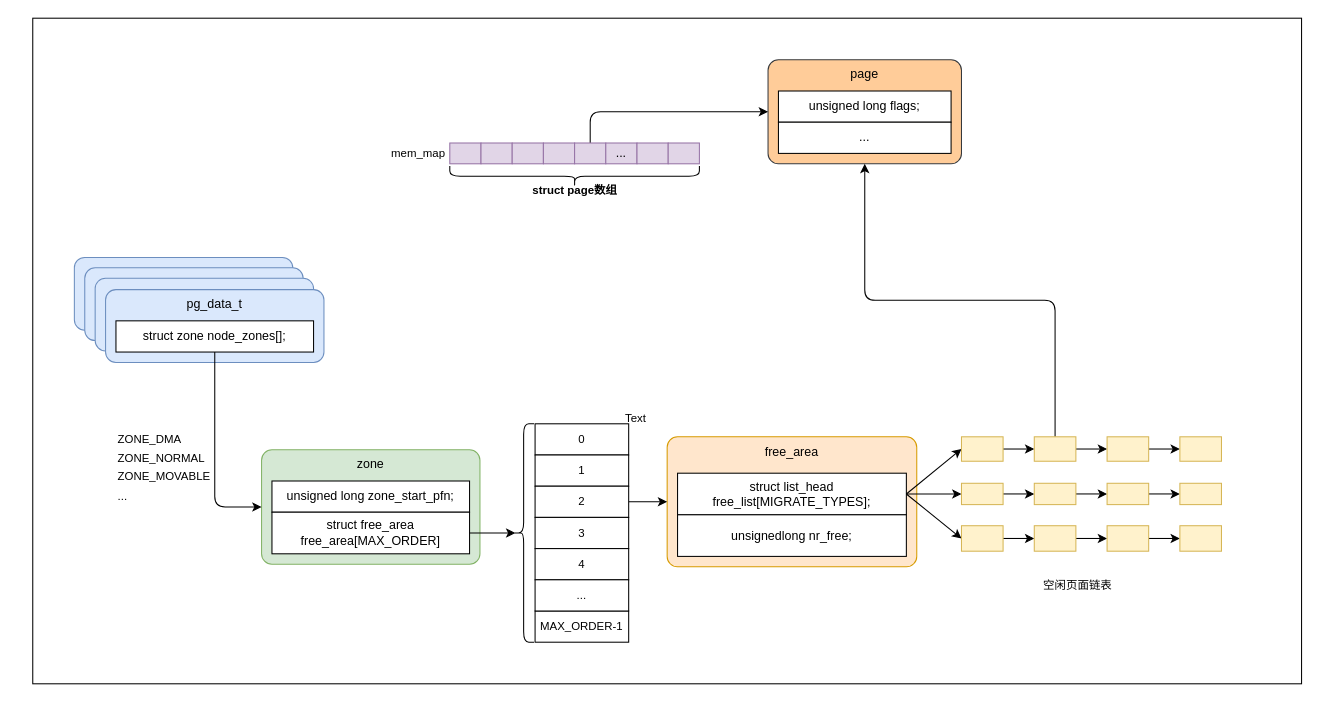
The draw.io diagram page "物理内存管理" (1 of 3) of linux-memory-manage.drawio in Aspiresky/draw.io, before the edit. Source tidied: cells renumbered, new cells numbered last; positions are measured from the earlier drawing's top-left corner, leaving out a move shared by most shapes. Both pictures are drawn from the tidied source at 104%, with x=0, y=0 at pixel (32, 18).
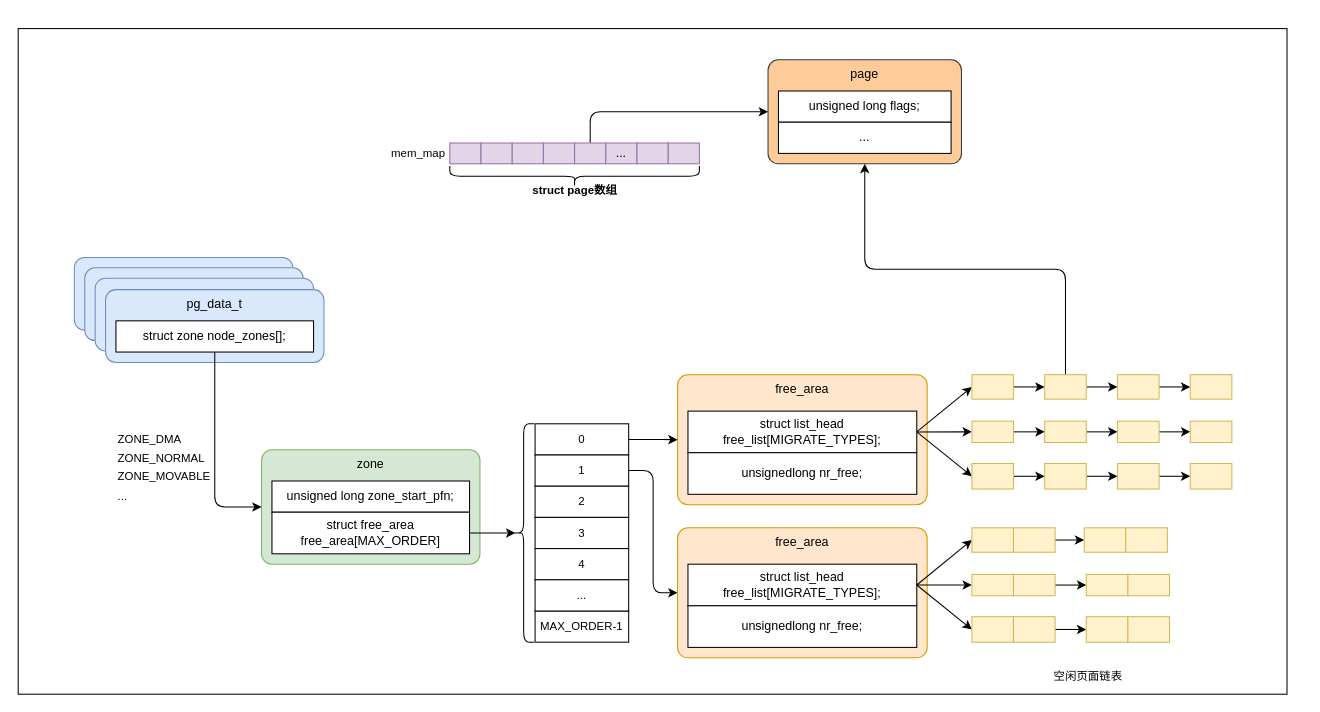
The same page after the edit.

Unchanged cells that the change refers to:
```xml
<mxCell id="26" value="0" style="rounded=0;whiteSpace=wrap;html=1;fontFamily=Helvetica;fontSize=11;fontColor=default;" parent="1" vertex="1">
  <mxGeometry x="483" y="390" width="90" height="30" as="geometry" />
</mxCell>
<mxCell id="27" value="1" style="rounded=0;whiteSpace=wrap;html=1;fontFamily=Helvetica;fontSize=11;fontColor=default;" parent="1" vertex="1">
  <mxGeometry x="483" y="420" width="90" height="30" as="geometry" />
</mxCell>
<mxCell id="29" value="2" style="rounded=0;whiteSpace=wrap;html=1;fontFamily=Helvetica;fontSize=11;fontColor=default;" parent="1" vertex="1">
  <mxGeometry x="483" y="450" width="90" height="30" as="geometry" />
</mxCell>
```

Diff of the diagram source:
```diff
@@
     <mxCell id="2" style="rounded=0;whiteSpace=wrap;html=1;fontFamily=Helvetica;fontSize=11;fontColor=default;" parent="1" vertex="1">
-      <mxGeometry width="1220" height="640" as="geometry" />
+      <mxGeometry x="-14" y="10" width="1220" height="640" as="geometry" />
     </mxCell>
@@
     <mxCell id="9" value="free_area" style="rounded=1;whiteSpace=wrap;html=1;verticalAlign=top;absoluteArcSize=1;fillColor=#ffe6cc;strokeColor=#d79b00;" parent="1" vertex="1">
-      <mxGeometry x="610" y="402.5" width="240" height="125" as="geometry" />
+      <mxGeometry x="620" y="342.8" width="240" height="125" as="geometry" />
     </mxCell>
@@
     <mxCell id="12" value="struct list_head free_list[MIGRATE_TYPES];" style="rounded=0;whiteSpace=wrap;html=1;" parent="1" vertex="1">
-      <mxGeometry x="620" y="437.5" width="220" height="40" as="geometry" />
+      <mxGeometry x="630" y="377.8" width="220" height="40" as="geometry" />
     </mxCell>
     <mxCell id="13" value="unsignedlong nr_free;" style="rounded=0;whiteSpace=wrap;html=1;" parent="1" vertex="1">
-      <mxGeometry x="620" y="477.5" width="220" height="40" as="geometry" />
+      <mxGeometry x="630" y="417.8" width="220" height="40" as="geometry" />
     </mxCell>
@@
-    <mxCell id="28" style="edgeStyle=orthogonalEdgeStyle;shape=connector;curved=0;rounded=1;jettySize=auto;html=1;exitX=1;exitY=0.5;exitDx=0;exitDy=0;entryX=0;entryY=0.5;entryDx=0;entryDy=0;labelBackgroundColor=default;strokeColor=default;align=center;verticalAlign=middle;fontFamily=Helvetica;fontSize=11;fontColor=default;endArrow=classic;" parent="1" edge="1" source="29" target="9">
+    <mxCell id="28" style="edgeStyle=orthogonalEdgeStyle;shape=connector;curved=0;rounded=1;jettySize=auto;html=1;exitX=1;exitY=0.5;exitDx=0;exitDy=0;entryX=0;entryY=0.5;entryDx=0;entryDy=0;labelBackgroundColor=default;strokeColor=default;align=center;verticalAlign=middle;fontFamily=Helvetica;fontSize=11;fontColor=default;endArrow=classic;" parent="1" edge="1" source="26" target="9">
       <mxGeometry relative="1" as="geometry" />
     </mxCell>
@@
+    <mxCell id="71" style="edgeStyle=orthogonalEdgeStyle;shape=connector;curved=0;rounded=1;jettySize=auto;html=1;exitX=1;exitY=0.5;exitDx=0;exitDy=0;entryX=0;entryY=0.5;entryDx=0;entryDy=0;labelBackgroundColor=default;strokeColor=default;align=center;verticalAlign=middle;fontFamily=Helvetica;fontSize=11;fontColor=default;endArrow=classic;" parent="1" edge="1" source="27" target="72">
+      <mxGeometry relative="1" as="geometry" />
+    </mxCell>
@@
     <mxCell id="39" style="rounded=0;whiteSpace=wrap;html=1;fontFamily=Helvetica;fontSize=11;fillColor=#fff2cc;strokeColor=#d6b656;" parent="1" vertex="1">
-      <mxGeometry x="893" y="402.5" width="40" height="23.5" as="geometry" />
+      <mxGeometry x="903" y="342.8" width="40" height="23.5" as="geometry" />
     </mxCell>
@@
     <mxCell id="47" style="rounded=0;whiteSpace=wrap;html=1;fontFamily=Helvetica;fontSize=11;fillColor=#fff2cc;strokeColor=#d6b656;" parent="1" vertex="1">
-      <mxGeometry x="963" y="402.5" width="40" height="23.5" as="geometry" />
+      <mxGeometry x="973" y="342.8" width="40" height="23.5" as="geometry" />
     </mxCell>
@@
     <mxCell id="49" style="rounded=0;whiteSpace=wrap;html=1;fontFamily=Helvetica;fontSize=11;fillColor=#fff2cc;strokeColor=#d6b656;" parent="1" vertex="1">
-      <mxGeometry x="1033" y="402.5" width="40" height="23.5" as="geometry" />
+      <mxGeometry x="1043" y="342.8" width="40" height="23.5" as="geometry" />
     </mxCell>
     <mxCell id="50" style="rounded=0;whiteSpace=wrap;html=1;fontFamily=Helvetica;fontSize=11;fillColor=#fff2cc;strokeColor=#d6b656;" parent="1" vertex="1">
-      <mxGeometry x="1103" y="402.5" width="40" height="23.5" as="geometry" />
+      <mxGeometry x="1113" y="342.8" width="40" height="23.5" as="geometry" />
     </mxCell>
@@
     <mxCell id="52" style="rounded=0;whiteSpace=wrap;html=1;fontFamily=Helvetica;fontSize=11;fillColor=#fff2cc;strokeColor=#d6b656;" parent="1" vertex="1">
-      <mxGeometry x="893" y="447.2" width="40" height="20.5" as="geometry" />
+      <mxGeometry x="903" y="387.5" width="40" height="20.5" as="geometry" />
     </mxCell>
@@
     <mxCell id="54" style="rounded=0;whiteSpace=wrap;html=1;fontFamily=Helvetica;fontSize=11;fillColor=#fff2cc;strokeColor=#d6b656;" parent="1" vertex="1">
-      <mxGeometry x="963" y="447.2" width="40" height="20.5" as="geometry" />
+      <mxGeometry x="973" y="387.5" width="40" height="20.5" as="geometry" />
     </mxCell>
@@
     <mxCell id="56" style="rounded=0;whiteSpace=wrap;html=1;fontFamily=Helvetica;fontSize=11;fillColor=#fff2cc;strokeColor=#d6b656;" parent="1" vertex="1">
-      <mxGeometry x="1033" y="447.2" width="40" height="20.5" as="geometry" />
+      <mxGeometry x="1043" y="387.5" width="40" height="20.5" as="geometry" />
     </mxCell>
     <mxCell id="57" style="rounded=0;whiteSpace=wrap;html=1;fontFamily=Helvetica;fontSize=11;fillColor=#fff2cc;strokeColor=#d6b656;" parent="1" vertex="1">
-      <mxGeometry x="1103" y="447.2" width="40" height="20.5" as="geometry" />
+      <mxGeometry x="1113" y="387.5" width="40" height="20.5" as="geometry" />
     </mxCell>
@@
     <mxCell id="59" style="rounded=0;whiteSpace=wrap;html=1;fontFamily=Helvetica;fontSize=11;fillColor=#fff2cc;strokeColor=#d6b656;" parent="1" vertex="1">
-      <mxGeometry x="893" y="488" width="40" height="24.5" as="geometry" />
+      <mxGeometry x="903" y="428.2" width="40" height="24.5" as="geometry" />
     </mxCell>
@@
     <mxCell id="61" style="rounded=0;whiteSpace=wrap;html=1;fontFamily=Helvetica;fontSize=11;fillColor=#fff2cc;strokeColor=#d6b656;" parent="1" vertex="1">
-      <mxGeometry x="963" y="488" width="40" height="24.5" as="geometry" />
+      <mxGeometry x="973" y="428.2" width="40" height="24.5" as="geometry" />
     </mxCell>
@@
     <mxCell id="63" style="rounded=0;whiteSpace=wrap;html=1;fontFamily=Helvetica;fontSize=11;fillColor=#fff2cc;strokeColor=#d6b656;" parent="1" vertex="1">
-      <mxGeometry x="1033" y="488" width="40" height="24.5" as="geometry" />
+      <mxGeometry x="1043" y="428.2" width="40" height="24.5" as="geometry" />
     </mxCell>
     <mxCell id="64" style="rounded=0;whiteSpace=wrap;html=1;fontFamily=Helvetica;fontSize=11;fillColor=#fff2cc;strokeColor=#d6b656;" parent="1" vertex="1">
-      <mxGeometry x="1103" y="488" width="40" height="24.5" as="geometry" />
+      <mxGeometry x="1113" y="428.2" width="40" height="24.5" as="geometry" />
     </mxCell>
@@
-    <mxCell id="68" value="Text" style="text;html=1;strokeColor=none;fillColor=none;align=center;verticalAlign=middle;whiteSpace=wrap;rounded=0;fontSize=11;fontFamily=Helvetica;fontColor=default;" parent="1" vertex="1">
-      <mxGeometry x="550" y="370" width="60" height="30" as="geometry" />
-    </mxCell>
@@
+    <mxCell id="72" value="free_area" style="rounded=1;whiteSpace=wrap;html=1;verticalAlign=top;absoluteArcSize=1;fillColor=#ffe6cc;strokeColor=#d79b00;" parent="1" vertex="1">
+      <mxGeometry x="620" y="490" width="240" height="125" as="geometry" />
+    </mxCell>
+    <mxCell id="73" style="shape=connector;rounded=1;jettySize=auto;html=1;exitX=1;exitY=0.5;exitDx=0;exitDy=0;entryX=0;entryY=0.5;entryDx=0;entryDy=0;labelBackgroundColor=default;strokeColor=default;align=center;verticalAlign=middle;fontFamily=Helvetica;fontSize=11;fontColor=default;endArrow=classic;" parent="1" edge="1" source="75" target="83">
+      <mxGeometry relative="1" as="geometry" />
+    </mxCell>
+    <mxCell id="74" style="shape=connector;rounded=1;jettySize=auto;html=1;exitX=1;exitY=0.5;exitDx=0;exitDy=0;entryX=0;entryY=0.5;entryDx=0;entryDy=0;labelBackgroundColor=default;strokeColor=default;align=center;verticalAlign=middle;fontFamily=Helvetica;fontSize=11;fontColor=default;endArrow=classic;" parent="1" edge="1" source="75" target="88">
+      <mxGeometry relative="1" as="geometry" />
+    </mxCell>
+    <mxCell id="75" value="struct list_head free_list[MIGRATE_TYPES];" style="rounded=0;whiteSpace=wrap;html=1;" parent="1" vertex="1">
+      <mxGeometry x="630" y="525" width="220" height="40" as="geometry" />
+    </mxCell>
+    <mxCell id="76" value="unsignedlong nr_free;" style="rounded=0;whiteSpace=wrap;html=1;" parent="1" vertex="1">
+      <mxGeometry x="630" y="565" width="220" height="40" as="geometry" />
+    </mxCell>
+    <mxCell id="77" style="shape=connector;rounded=1;jettySize=auto;html=1;exitX=1;exitY=0.5;exitDx=0;exitDy=0;entryX=0;entryY=0.5;entryDx=0;entryDy=0;labelBackgroundColor=default;strokeColor=default;align=center;verticalAlign=middle;fontFamily=Helvetica;fontSize=11;fontColor=default;endArrow=classic;" parent="1" edge="1" source="75" target="78">
+      <mxGeometry relative="1" as="geometry" />
+    </mxCell>
+    <mxCell id="78" style="rounded=0;whiteSpace=wrap;html=1;fontFamily=Helvetica;fontSize=11;fillColor=#fff2cc;strokeColor=#d6b656;" parent="1" vertex="1">
+      <mxGeometry x="903" y="490" width="40" height="23.5" as="geometry" />
+    </mxCell>
+    <mxCell id="79" style="edgeStyle=orthogonalEdgeStyle;shape=connector;curved=0;rounded=1;jettySize=auto;html=1;exitX=1;exitY=0.5;exitDx=0;exitDy=0;entryX=0;entryY=0.5;entryDx=0;entryDy=0;labelBackgroundColor=default;strokeColor=default;align=center;verticalAlign=middle;fontFamily=Helvetica;fontSize=11;fontColor=default;endArrow=classic;" parent="1" edge="1" source="80" target="81">
+      <mxGeometry relative="1" as="geometry" />
+    </mxCell>
+    <mxCell id="80" style="rounded=0;whiteSpace=wrap;html=1;fontFamily=Helvetica;fontSize=11;fillColor=#fff2cc;strokeColor=#d6b656;" parent="1" vertex="1">
+      <mxGeometry x="943" y="490" width="40" height="23.5" as="geometry" />
+    </mxCell>
+    <mxCell id="81" style="rounded=0;whiteSpace=wrap;html=1;fontFamily=Helvetica;fontSize=11;fillColor=#fff2cc;strokeColor=#d6b656;" parent="1" vertex="1">
+      <mxGeometry x="1011" y="490" width="40" height="23.5" as="geometry" />
+    </mxCell>
+    <mxCell id="82" style="rounded=0;whiteSpace=wrap;html=1;fontFamily=Helvetica;fontSize=11;fillColor=#fff2cc;strokeColor=#d6b656;" parent="1" vertex="1">
+      <mxGeometry x="1051" y="490" width="40" height="23.5" as="geometry" />
+    </mxCell>
+    <mxCell id="83" style="rounded=0;whiteSpace=wrap;html=1;fontFamily=Helvetica;fontSize=11;fillColor=#fff2cc;strokeColor=#d6b656;" parent="1" vertex="1">
+      <mxGeometry x="903" y="534.8" width="40" height="20.5" as="geometry" />
+    </mxCell>
+    <mxCell id="84" style="edgeStyle=orthogonalEdgeStyle;shape=connector;curved=0;rounded=1;jettySize=auto;html=1;exitX=1;exitY=0.5;exitDx=0;exitDy=0;entryX=0;entryY=0.5;entryDx=0;entryDy=0;labelBackgroundColor=default;strokeColor=default;align=center;verticalAlign=middle;fontFamily=Helvetica;fontSize=11;fontColor=default;endArrow=classic;" parent="1" edge="1" source="85" target="86">
+      <mxGeometry relative="1" as="geometry" />
+    </mxCell>
+    <mxCell id="85" style="rounded=0;whiteSpace=wrap;html=1;fontFamily=Helvetica;fontSize=11;fillColor=#fff2cc;strokeColor=#d6b656;" parent="1" vertex="1">
+      <mxGeometry x="943" y="534.8" width="40" height="20.5" as="geometry" />
+    </mxCell>
+    <mxCell id="86" style="rounded=0;whiteSpace=wrap;html=1;fontFamily=Helvetica;fontSize=11;fillColor=#fff2cc;strokeColor=#d6b656;" parent="1" vertex="1">
+      <mxGeometry x="1013" y="534.8" width="40" height="20.5" as="geometry" />
+    </mxCell>
+    <mxCell id="87" style="rounded=0;whiteSpace=wrap;html=1;fontFamily=Helvetica;fontSize=11;fillColor=#fff2cc;strokeColor=#d6b656;" parent="1" vertex="1">
+      <mxGeometry x="1053" y="534.8" width="40" height="20.5" as="geometry" />
+    </mxCell>
+    <mxCell id="88" style="rounded=0;whiteSpace=wrap;html=1;fontFamily=Helvetica;fontSize=11;fillColor=#fff2cc;strokeColor=#d6b656;" parent="1" vertex="1">
+      <mxGeometry x="903" y="575.5" width="40" height="24.5" as="geometry" />
+    </mxCell>
+    <mxCell id="89" style="edgeStyle=orthogonalEdgeStyle;shape=connector;curved=0;rounded=1;jettySize=auto;html=1;exitX=1;exitY=0.5;exitDx=0;exitDy=0;entryX=0;entryY=0.5;entryDx=0;entryDy=0;labelBackgroundColor=default;strokeColor=default;align=center;verticalAlign=middle;fontFamily=Helvetica;fontSize=11;fontColor=default;endArrow=classic;" parent="1" edge="1" source="90" target="91">
+      <mxGeometry relative="1" as="geometry" />
+    </mxCell>
+    <mxCell id="90" style="rounded=0;whiteSpace=wrap;html=1;fontFamily=Helvetica;fontSize=11;fillColor=#fff2cc;strokeColor=#d6b656;" parent="1" vertex="1">
+      <mxGeometry x="943" y="575.5" width="40" height="24.5" as="geometry" />
+    </mxCell>
+    <mxCell id="91" style="rounded=0;whiteSpace=wrap;html=1;fontFamily=Helvetica;fontSize=11;fillColor=#fff2cc;strokeColor=#d6b656;" parent="1" vertex="1">
+      <mxGeometry x="1013" y="575.5" width="40" height="24.5" as="geometry" />
+    </mxCell>
+    <mxCell id="92" style="rounded=0;whiteSpace=wrap;html=1;fontFamily=Helvetica;fontSize=11;fillColor=#fff2cc;strokeColor=#d6b656;" parent="1" vertex="1">
+      <mxGeometry x="1053" y="575.5" width="40" height="24.5" as="geometry" />
+    </mxCell>
     <mxCell id="70" value="空闲页面链表" style="text;html=1;strokeColor=none;fillColor=none;align=center;verticalAlign=middle;whiteSpace=wrap;rounded=0;fontSize=11;fontFamily=Helvetica;fontColor=default;" parent="1" vertex="1">
-      <mxGeometry x="970" y="530" width="70" height="30" as="geometry" />
+      <mxGeometry x="980" y="617.5" width="70" height="30" as="geometry" />
     </mxCell>
```
